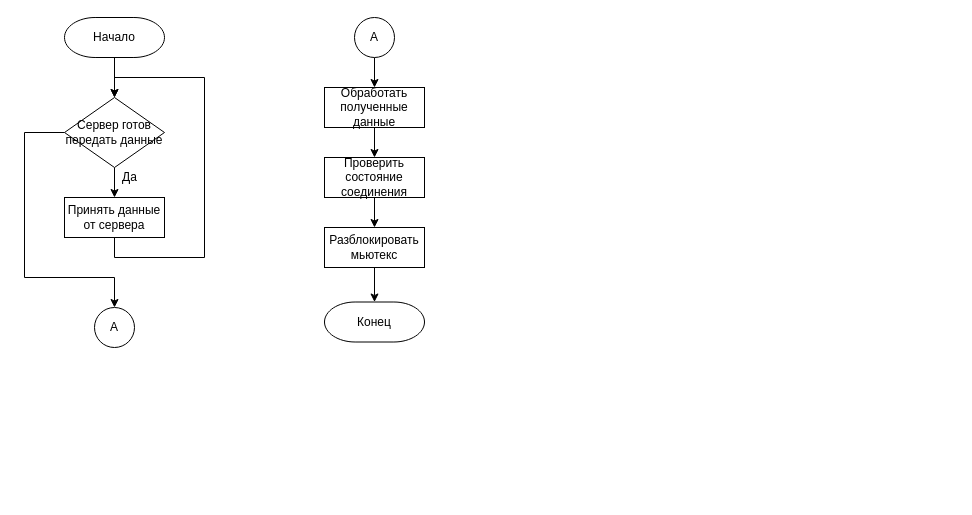
platosha-git/Diplom-theory keeps this draw.io diagram as Даиграммы/Recieve0.drawio. Above is the earlier version. Source tidied: cells renumbered, new cells numbered last; positions are measured from the earlier drawing's top-left corner, leaving out a move shared by most shapes. Both pictures are drawn from the tidied source at 100%, with x=0, y=0 at pixel (24, 17).
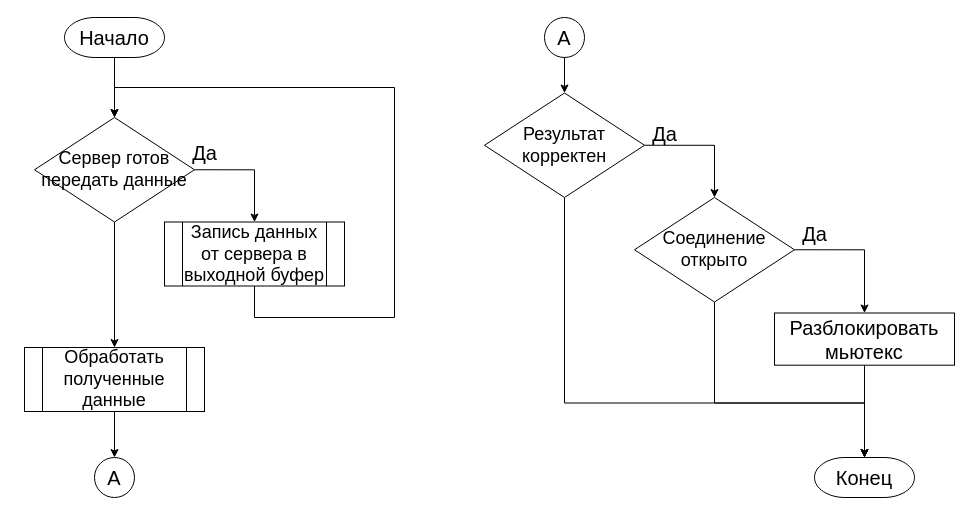
The same diagram, later.

The edit, as a diff of the source:
```diff
@@
-    <mxCell id="3" value="Начало" style="strokeWidth=1;html=1;shape=mxgraph.flowchart.terminator;whiteSpace=wrap;" parent="1" vertex="1">
+    <mxCell id="3" value="&lt;font style=&quot;font-size: 20px&quot;&gt;Начало&lt;/font&gt;" style="strokeWidth=1;html=1;shape=mxgraph.flowchart.terminator;whiteSpace=wrap;" parent="1" vertex="1">
       <mxGeometry x="40" width="100" height="40" as="geometry" />
     </mxCell>
-    <mxCell id="4" style="edgeStyle=orthogonalEdgeStyle;rounded=0;jettySize=auto;html=1;exitX=0.5;exitY=1;exitDx=0;exitDy=0;exitPerimeter=0;entryX=0.5;entryY=0;entryDx=0;entryDy=0;" parent="1" edge="1" source="6" target="8">
-      <mxGeometry relative="1" as="geometry" />
-    </mxCell>
-    <mxCell id="5" style="edgeStyle=orthogonalEdgeStyle;rounded=0;jettySize=auto;html=1;exitX=0;exitY=0.5;exitDx=0;exitDy=0;exitPerimeter=0;entryX=0.5;entryY=0;entryDx=0;entryDy=0;" parent="1" edge="1" source="6">
-      <mxGeometry relative="1" as="geometry">
-        <mxPoint x="90" y="290" as="targetPoint" />
-        <Array as="points">
-          <mxPoint y="115" />
-          <mxPoint y="260" />
-          <mxPoint x="90" y="260" />
-        </Array>
-      </mxGeometry>
-    </mxCell>
+    <mxCell id="20" style="edgeStyle=orthogonalEdgeStyle;rounded=0;jettySize=auto;html=1;exitX=1;exitY=0.5;exitDx=0;exitDy=0;exitPerimeter=0;entryX=0.5;entryY=0;entryDx=0;entryDy=0;" parent="1" edge="1" source="6" target="24">
+      <mxGeometry relative="1" as="geometry" />
+    </mxCell>
+    <mxCell id="21" style="edgeStyle=orthogonalEdgeStyle;rounded=0;jettySize=auto;html=1;exitX=0.5;exitY=1;exitDx=0;exitDy=0;exitPerimeter=0;entryX=0.5;entryY=0;entryDx=0;entryDy=0;" parent="1" edge="1" source="6" target="11">
+      <mxGeometry relative="1" as="geometry" />
+    </mxCell>
-    <mxCell id="6" value="Сервер готов передать данные" style="strokeWidth=1;html=1;shape=mxgraph.flowchart.decision;whiteSpace=wrap;" parent="1" vertex="1">
-      <mxGeometry x="40" y="80" width="100" height="70" as="geometry" />
+    <mxCell id="6" value="&lt;font style=&quot;font-size: 18px&quot;&gt;Сервер готов передать данные&lt;/font&gt;" style="strokeWidth=1;html=1;shape=mxgraph.flowchart.decision;whiteSpace=wrap;" parent="1" vertex="1">
+      <mxGeometry x="10" y="100" width="160" height="104.5" as="geometry" />
     </mxCell>
-    <mxCell id="7" style="edgeStyle=orthogonalEdgeStyle;rounded=0;jettySize=auto;html=1;exitX=0.5;exitY=1;exitDx=0;exitDy=0;entryX=0.5;entryY=0;entryDx=0;entryDy=0;entryPerimeter=0;" parent="1" edge="1" source="8" target="6">
-      <mxGeometry relative="1" as="geometry">
-        <Array as="points">
-          <mxPoint x="90" y="240" />
-          <mxPoint x="180" y="240" />
-          <mxPoint x="180" y="60" />
-          <mxPoint x="90" y="60" />
-        </Array>
-      </mxGeometry>
-    </mxCell>
-    <mxCell id="8" value="Принять данные от сервера" style="rounded=0;whiteSpace=wrap;html=1;" parent="1" vertex="1">
-      <mxGeometry x="40" y="180" width="100" height="40" as="geometry" />
-    </mxCell>
-    <mxCell id="9" value="Да" style="text;html=1;align=center;verticalAlign=middle;" parent="1" vertex="1">
-      <mxGeometry x="90" y="150" width="30" height="20" as="geometry" />
-    </mxCell>
-    <mxCell id="10" style="edgeStyle=orthogonalEdgeStyle;rounded=0;jettySize=auto;html=1;exitX=0.5;exitY=1;exitDx=0;exitDy=0;entryX=0.5;entryY=0;entryDx=0;entryDy=0;" parent="1" edge="1" source="11" target="13">
-      <mxGeometry relative="1" as="geometry" />
-    </mxCell>
-    <mxCell id="11" value="Обработать полученные данные" style="rounded=0;whiteSpace=wrap;html=1;" parent="1" vertex="1">
-      <mxGeometry x="300" y="70" width="100" height="40" as="geometry" />
-    </mxCell>
-    <mxCell id="12" style="edgeStyle=orthogonalEdgeStyle;rounded=0;jettySize=auto;html=1;exitX=0.5;exitY=1;exitDx=0;exitDy=0;entryX=0.5;entryY=0;entryDx=0;entryDy=0;" parent="1" edge="1" source="13" target="15">
-      <mxGeometry relative="1" as="geometry" />
-    </mxCell>
-    <mxCell id="13" value="Проверить состояние соединения" style="rounded=0;whiteSpace=wrap;html=1;" parent="1" vertex="1">
-      <mxGeometry x="300" y="140" width="100" height="40" as="geometry" />
-    </mxCell>
+    <mxCell id="17" value="&lt;font style=&quot;font-size: 20px&quot;&gt;A&lt;/font&gt;" style="ellipse;whiteSpace=wrap;html=1;" parent="1" vertex="1">
+      <mxGeometry x="70" y="440" width="40" height="40" as="geometry" />
+    </mxCell>
+    <mxCell id="22" value="&lt;font style=&quot;font-size: 20px&quot;&gt;Да&lt;/font&gt;" style="text;html=1;align=center;verticalAlign=middle;" parent="1" vertex="1">
+      <mxGeometry x="160" y="124.5" width="40" height="20" as="geometry" />
+    </mxCell>
+    <mxCell id="23" style="edgeStyle=orthogonalEdgeStyle;rounded=0;jettySize=auto;html=1;exitX=0.5;exitY=1;exitDx=0;exitDy=0;entryX=0.5;entryY=0;entryDx=0;entryDy=0;entryPerimeter=0;" parent="1" edge="1" source="24" target="6">
+      <mxGeometry relative="1" as="geometry">
+        <Array as="points">
+          <mxPoint x="230" y="300" />
+          <mxPoint x="370" y="300" />
+          <mxPoint x="370" y="70" />
+          <mxPoint x="90" y="70" />
+        </Array>
+      </mxGeometry>
+    </mxCell>
+    <mxCell id="24" value="&lt;font style=&quot;font-size: 18px&quot;&gt;Запись данных от сервера в выходной буфер&lt;/font&gt;" style="shape=process;whiteSpace=wrap;html=1;backgroundOutline=1;" parent="1" vertex="1">
+      <mxGeometry x="140" y="204.5" width="180" height="64" as="geometry" />
+    </mxCell>
+    <mxCell id="25" style="edgeStyle=orthogonalEdgeStyle;rounded=0;jettySize=auto;html=1;exitX=0.5;exitY=1;exitDx=0;exitDy=0;entryX=0.5;entryY=0;entryDx=0;entryDy=0;entryPerimeter=0;" parent="1" edge="1" target="28">
+      <mxGeometry relative="1" as="geometry">
+        <mxPoint x="540" y="40" as="sourcePoint" />
+      </mxGeometry>
+    </mxCell>
+    <mxCell id="19" value="&lt;font style=&quot;font-size: 20px&quot;&gt;A&lt;/font&gt;" style="ellipse;whiteSpace=wrap;html=1;" parent="1" vertex="1">
+      <mxGeometry x="520" width="40" height="40" as="geometry" />
+    </mxCell>
+    <mxCell id="26" style="edgeStyle=orthogonalEdgeStyle;rounded=0;jettySize=auto;html=1;exitX=1;exitY=0.5;exitDx=0;exitDy=0;exitPerimeter=0;entryX=0.5;entryY=0;entryDx=0;entryDy=0;entryPerimeter=0;" parent="1" edge="1" source="28" target="31">
+      <mxGeometry relative="1" as="geometry" />
+    </mxCell>
+    <mxCell id="27" style="edgeStyle=orthogonalEdgeStyle;rounded=0;jettySize=auto;html=1;exitX=0.5;exitY=1;exitDx=0;exitDy=0;exitPerimeter=0;entryX=0.5;entryY=0;entryDx=0;entryDy=0;entryPerimeter=0;" parent="1" edge="1" source="28" target="16">
+      <mxGeometry relative="1" as="geometry">
+        <Array as="points">
+          <mxPoint x="540" y="385.5" />
+          <mxPoint x="840" y="385.5" />
+        </Array>
+      </mxGeometry>
+    </mxCell>
+    <mxCell id="28" value="&lt;span style=&quot;font-size: 18px&quot;&gt;Результат корректен&lt;/span&gt;" style="strokeWidth=1;html=1;shape=mxgraph.flowchart.decision;whiteSpace=wrap;" parent="1" vertex="1">
+      <mxGeometry x="460" y="75.5" width="160" height="104.5" as="geometry" />
+    </mxCell>
+    <mxCell id="29" style="edgeStyle=orthogonalEdgeStyle;rounded=0;jettySize=auto;html=1;exitX=1;exitY=0.5;exitDx=0;exitDy=0;exitPerimeter=0;entryX=0.5;entryY=0;entryDx=0;entryDy=0;" parent="1" edge="1" source="31" target="15">
+      <mxGeometry relative="1" as="geometry" />
+    </mxCell>
+    <mxCell id="30" style="edgeStyle=orthogonalEdgeStyle;rounded=0;jettySize=auto;html=1;exitX=0.5;exitY=1;exitDx=0;exitDy=0;exitPerimeter=0;entryX=0.5;entryY=0;entryDx=0;entryDy=0;entryPerimeter=0;" parent="1" edge="1" source="31" target="16">
+      <mxGeometry relative="1" as="geometry">
+        <Array as="points">
+          <mxPoint x="690" y="385.5" />
+          <mxPoint x="840" y="385.5" />
+        </Array>
+      </mxGeometry>
+    </mxCell>
+    <mxCell id="31" value="&lt;span style=&quot;font-size: 18px&quot;&gt;Соединение открыто&lt;/span&gt;" style="strokeWidth=1;html=1;shape=mxgraph.flowchart.decision;whiteSpace=wrap;" parent="1" vertex="1">
+      <mxGeometry x="610" y="180" width="160" height="104.5" as="geometry" />
+    </mxCell>
     <mxCell id="14" style="edgeStyle=orthogonalEdgeStyle;rounded=0;jettySize=auto;html=1;exitX=0.5;exitY=1;exitDx=0;exitDy=0;entryX=0.5;entryY=0;entryDx=0;entryDy=0;entryPerimeter=0;" parent="1" edge="1" source="15" target="16">
-      <mxGeometry relative="1" as="geometry" />
+      <mxGeometry relative="1" as="geometry">
+        <Array as="points">
+          <mxPoint x="840" y="405.5" />
+          <mxPoint x="840" y="405.5" />
+        </Array>
+      </mxGeometry>
     </mxCell>
-    <mxCell id="15" value="Разблокировать мьютекс" style="rounded=0;whiteSpace=wrap;html=1;" parent="1" vertex="1">
-      <mxGeometry x="300" y="210" width="100" height="40" as="geometry" />
+    <mxCell id="15" value="&lt;font style=&quot;font-size: 20px&quot;&gt;Разблокировать мьютекс&lt;/font&gt;" style="rounded=0;whiteSpace=wrap;html=1;" parent="1" vertex="1">
+      <mxGeometry x="750" y="295.5" width="180" height="52.2" as="geometry" />
     </mxCell>
+    <mxCell id="32" value="&lt;font style=&quot;font-size: 20px&quot;&gt;Да&lt;/font&gt;" style="text;html=1;align=center;verticalAlign=middle;" parent="1" vertex="1">
+      <mxGeometry x="620" y="105.5" width="40" height="20" as="geometry" />
+    </mxCell>
+    <mxCell id="33" value="&lt;font style=&quot;font-size: 20px&quot;&gt;Да&lt;/font&gt;" style="text;html=1;align=center;verticalAlign=middle;" parent="1" vertex="1">
+      <mxGeometry x="770" y="205.5" width="40" height="20" as="geometry" />
+    </mxCell>
-    <mxCell id="16" value="Конец" style="strokeWidth=1;html=1;shape=mxgraph.flowchart.terminator;whiteSpace=wrap;" parent="1" vertex="1">
-      <mxGeometry x="300" y="284.5" width="100" height="40" as="geometry" />
+    <mxCell id="16" value="&lt;font style=&quot;font-size: 20px&quot;&gt;Конец&lt;/font&gt;" style="strokeWidth=1;html=1;shape=mxgraph.flowchart.terminator;whiteSpace=wrap;" parent="1" vertex="1">
+      <mxGeometry x="790" y="440" width="100" height="40" as="geometry" />
     </mxCell>
-    <mxCell id="17" value="A" style="ellipse;whiteSpace=wrap;html=1;" parent="1" vertex="1">
-      <mxGeometry x="70" y="290" width="40" height="40" as="geometry" />
-    </mxCell>
-    <mxCell id="18" style="edgeStyle=orthogonalEdgeStyle;rounded=0;jettySize=auto;html=1;exitX=0.5;exitY=1;exitDx=0;exitDy=0;entryX=0.5;entryY=0;entryDx=0;entryDy=0;" parent="1" edge="1" source="19" target="11">
-      <mxGeometry relative="1" as="geometry" />
-    </mxCell>
-    <mxCell id="19" value="A" style="ellipse;whiteSpace=wrap;html=1;" parent="1" vertex="1">
-      <mxGeometry x="330" width="40" height="40" as="geometry" />
-    </mxCell>
+    <mxCell id="34" style="edgeStyle=orthogonalEdgeStyle;rounded=0;jettySize=auto;html=1;exitX=0.5;exitY=1;exitDx=0;exitDy=0;entryX=0.5;entryY=0;entryDx=0;entryDy=0;" parent="1" edge="1" source="11" target="17">
+      <mxGeometry relative="1" as="geometry" />
+    </mxCell>
+    <mxCell id="11" value="&lt;font style=&quot;font-size: 18px&quot;&gt;Обработать полученные данные&lt;/font&gt;" style="shape=process;whiteSpace=wrap;html=1;backgroundOutline=1;" parent="1" vertex="1">
+      <mxGeometry y="330" width="180" height="64" as="geometry" />
+    </mxCell>
```
